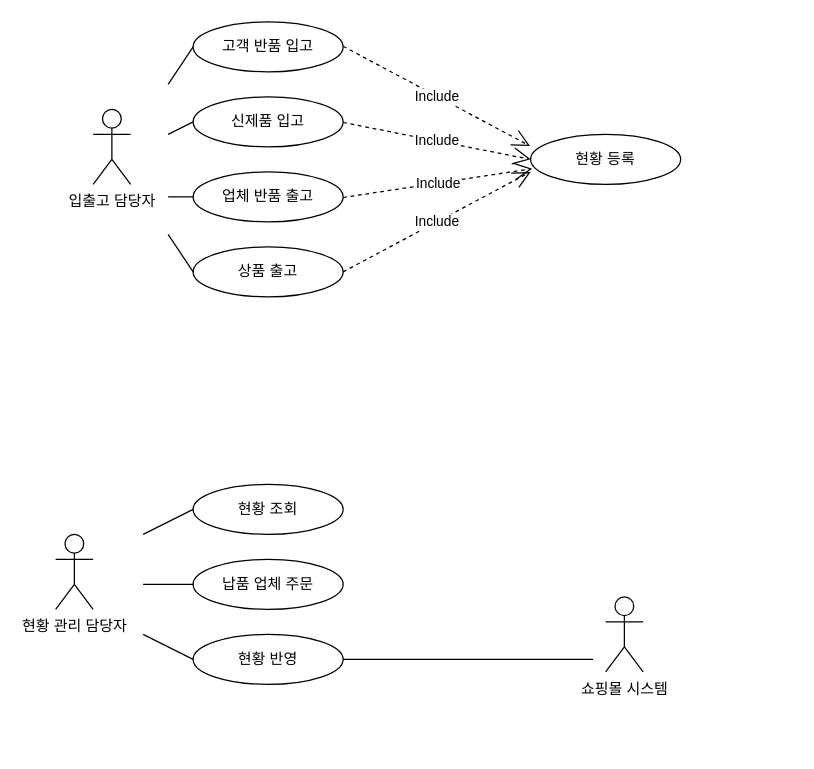
hinata7010/Temp keeps this draw.io diagram as 유즈케이스다이어그램.drawio. Above is the earlier version. Source tidied: cells renumbered, new cells numbered last; positions are measured from the earlier drawing's top-left corner, leaving out a move shared by most shapes. Both pictures are drawn from the tidied source at 125%, with x=0, y=0 at pixel (55, 21).
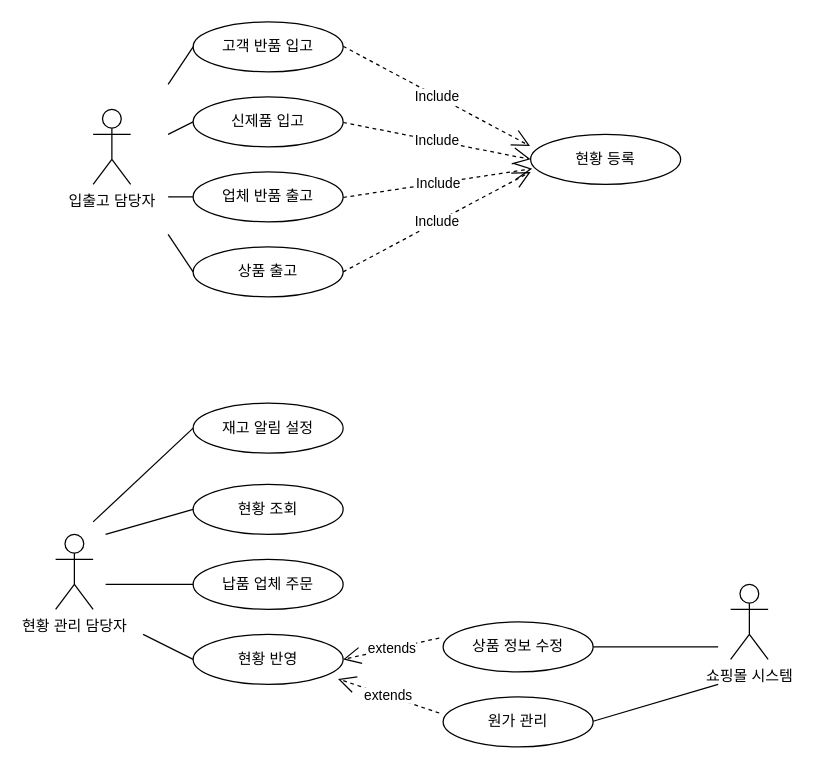
After the change.

Commit message (it also covers changes not shown here):
유즈케이스다이어그램.drawio 업데이트

The change refers to these unchanged cells:
```xml
<mxCell id="9" value="납품 업체 주문" style="ellipse;whiteSpace=wrap;html=1;" parent="1" vertex="1">
  <mxGeometry x="110" y="430" width="120" height="40" as="geometry" />
</mxCell>
<mxCell id="10" value="현황 반영" style="ellipse;whiteSpace=wrap;html=1;" parent="1" vertex="1">
  <mxGeometry x="110" y="490" width="120" height="40" as="geometry" />
</mxCell>
```

What changed in the source:
```diff
@@
     <mxCell id="4" value="쇼핑몰 시스템" style="shape=umlActor;verticalLabelPosition=bottom;verticalAlign=top;html=1;" parent="1" vertex="1">
-      <mxGeometry x="440" y="460" width="30" height="60" as="geometry" />
+      <mxGeometry x="540" y="450" width="30" height="60" as="geometry" />
     </mxCell>
@@
     <mxCell id="13" style="endArrow=none;html=1;rounded=0;" parent="1" edge="1">
       <mxGeometry relative="1" as="geometry">
-        <mxPoint x="70" y="410" as="sourcePoint" />
+        <mxPoint x="40" y="410" as="sourcePoint" />
         <mxPoint x="110" y="390" as="targetPoint" />
       </mxGeometry>
     </mxCell>
     <mxCell id="14" style="endArrow=none;html=1;rounded=0;entryX=0;entryY=0.5;entryDx=0;entryDy=0;" parent="1" edge="1" target="9">
       <mxGeometry relative="1" as="geometry">
-        <mxPoint x="70" y="450" as="sourcePoint" />
+        <mxPoint x="40" y="450" as="sourcePoint" />
       </mxGeometry>
     </mxCell>
@@
     <mxCell id="20" style="endArrow=none;html=1;rounded=0;" parent="1" edge="1">
       <mxGeometry relative="1" as="geometry">
-        <mxPoint x="230" y="510" as="sourcePoint" />
-        <mxPoint x="430" y="510" as="targetPoint" />
+        <mxPoint x="430" y="500" as="sourcePoint" />
+        <mxPoint x="530" y="500" as="targetPoint" />
       </mxGeometry>
     </mxCell>
@@
+    <mxCell id="25" value="재고 알림 설정" style="ellipse;whiteSpace=wrap;html=1;" parent="1" vertex="1">
+      <mxGeometry x="110" y="305" width="120" height="40" as="geometry" />
+    </mxCell>
+    <mxCell id="26" value="상품 정보 수정" style="ellipse;whiteSpace=wrap;html=1;" parent="1" vertex="1">
+      <mxGeometry x="310" y="480" width="120" height="40" as="geometry" />
+    </mxCell>
+    <mxCell id="27" style="endArrow=none;html=1;rounded=0;" parent="1" edge="1">
+      <mxGeometry relative="1" as="geometry">
+        <mxPoint x="30" y="400" as="sourcePoint" />
+        <mxPoint x="110" y="325" as="targetPoint" />
+      </mxGeometry>
+    </mxCell>
+    <mxCell id="28" value="extends" style="endArrow=open;endSize=12;dashed=1;html=1;rounded=0;exitX=-0.026;exitY=0.323;exitDx=0;exitDy=0;exitPerimeter=0;entryX=1;entryY=0.5;entryDx=0;entryDy=0;" parent="1" edge="1" source="26" target="10">
+      <mxGeometry relative="1" as="geometry" />
+    </mxCell>
+    <mxCell id="29" value="원가 관리" style="ellipse;whiteSpace=wrap;html=1;" parent="1" vertex="1">
+      <mxGeometry x="310" y="540" width="120" height="40" as="geometry" />
+    </mxCell>
+    <mxCell id="30" value="extends" style="endArrow=open;endSize=12;dashed=1;html=1;rounded=0;exitX=-0.026;exitY=0.323;exitDx=0;exitDy=0;exitPerimeter=0;entryX=0.966;entryY=0.891;entryDx=0;entryDy=0;entryPerimeter=0;" parent="1" edge="1" source="29" target="10">
+      <mxGeometry relative="1" as="geometry" />
+    </mxCell>
+    <mxCell id="31" style="endArrow=none;html=1;rounded=0;" parent="1" edge="1">
+      <mxGeometry relative="1" as="geometry">
+        <mxPoint x="430" y="559.5" as="sourcePoint" />
+        <mxPoint x="530" y="530" as="targetPoint" />
+      </mxGeometry>
+    </mxCell>
```
